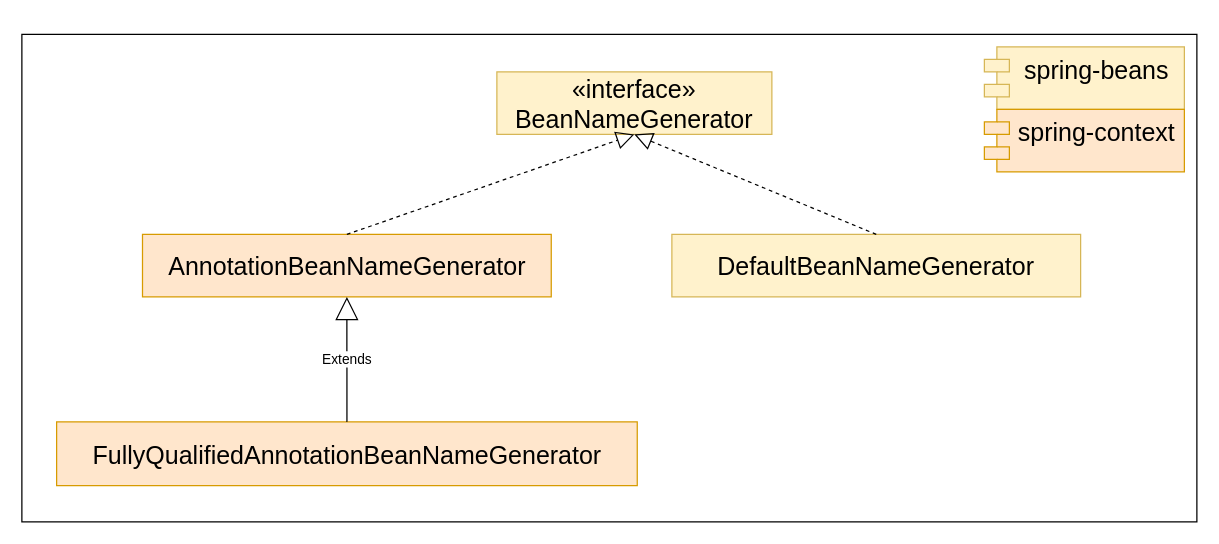
czwer/dubbo-learning keeps this draw.io diagram as dubbo-learning-doc/drawio/源码分析/3_Spring注册Bean定义/主要类图/Bean名称生成_BeanNameGenerator类图.drawio. Above is the earlier version. Source tidied: cells renumbered, new cells numbered last; positions are measured from the earlier drawing's top-left corner, leaving out a move shared by most shapes. Both pictures are drawn from the tidied source at 125%, with x=0, y=0 at pixel (21, 34).
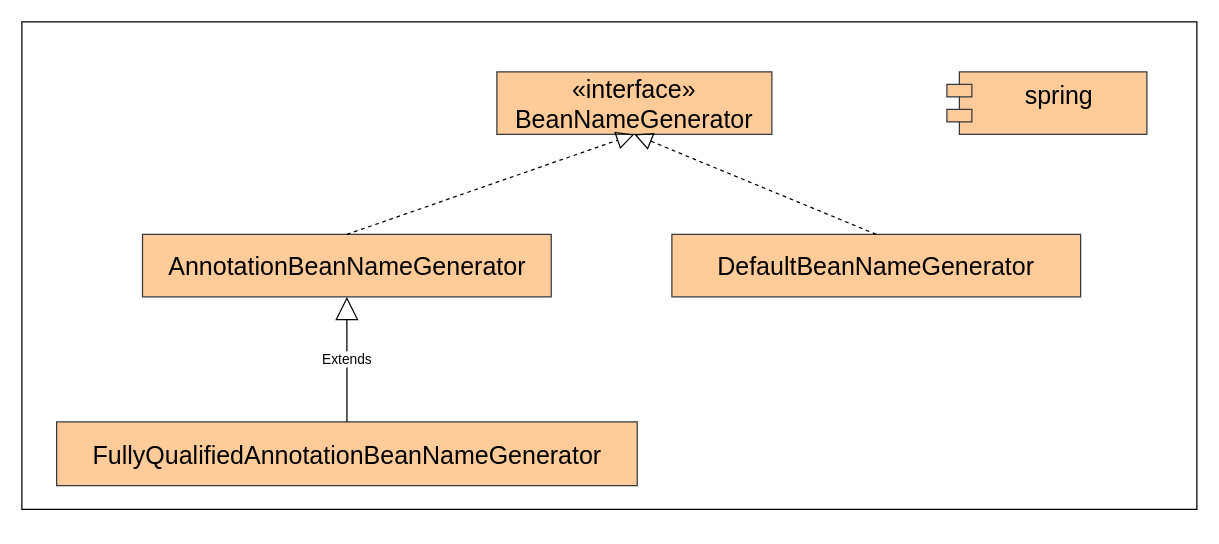
Above is the later version.

Diff of the diagram source:
```diff
@@
 <mxGraphModel>
   <root>
     <mxCell id="0" />
     <mxCell id="1" parent="0" />
     <mxCell id="2" style="rounded=0;whiteSpace=wrap;html=1;" parent="1" vertex="1">
-      <mxGeometry width="940" height="390" as="geometry" />
+      <mxGeometry y="-10" width="940" height="390" as="geometry" />
     </mxCell>
-    <mxCell id="3" value="«interface»&lt;br&gt;BeanNameGenerator" style="html=1;whiteSpace=wrap;fontSize=20;fontStyle=0;fillColor=#fff2cc;strokeColor=#d6b656;" parent="1" vertex="1">
+    <mxCell id="3" value="«interface»&lt;br&gt;BeanNameGenerator" style="html=1;whiteSpace=wrap;fontSize=20;fontStyle=0;fillColor=#ffcc99;strokeColor=#36393d;" parent="1" vertex="1">
       <mxGeometry x="380" y="30" width="220" height="50" as="geometry" />
     </mxCell>
-    <mxCell id="4" value="FullyQualifiedAnnotationBeanNameGenerator" style="html=1;whiteSpace=wrap;fontSize=20;verticalAlign=middle;align=center;fillColor=#ffe6cc;strokeColor=#d79b00;" parent="1" vertex="1">
+    <mxCell id="4" value="FullyQualifiedAnnotationBeanNameGenerator" style="html=1;whiteSpace=wrap;fontSize=20;verticalAlign=middle;align=center;fillColor=#ffcc99;strokeColor=#36393d;" parent="1" vertex="1">
       <mxGeometry x="27.8" y="310" width="464.5" height="51" as="geometry" />
     </mxCell>
-    <mxCell id="5" value="AnnotationBeanNameGenerator" style="html=1;whiteSpace=wrap;fontSize=20;fillColor=#ffe6cc;strokeColor=#d79b00;" parent="1" vertex="1">
+    <mxCell id="5" value="AnnotationBeanNameGenerator" style="html=1;whiteSpace=wrap;fontSize=20;fillColor=#ffcc99;strokeColor=#36393d;" parent="1" vertex="1">
       <mxGeometry x="96.5" y="160" width="327" height="50" as="geometry" />
     </mxCell>
     <mxCell id="6" style="endArrow=block;dashed=1;endFill=0;endSize=12;html=1;rounded=0;exitX=0.5;exitY=0;exitDx=0;exitDy=0;entryX=0.5;entryY=1;entryDx=0;entryDy=0;" parent="1" edge="1" source="5" target="3">
       <mxGeometry relative="1" as="geometry" />
     </mxCell>
     <mxCell id="7" value="Extends" style="endArrow=block;endSize=16;endFill=0;html=1;rounded=0;exitX=0.5;exitY=0;exitDx=0;exitDy=0;entryX=0.5;entryY=1;entryDx=0;entryDy=0;" parent="1" edge="1" source="4" target="5">
       <mxGeometry relative="1" as="geometry" />
     </mxCell>
-    <mxCell id="8" value="spring-beans&lt;div&gt;&lt;br&gt;&lt;/div&gt;" style="shape=module;align=left;spacingLeft=20;align=center;verticalAlign=top;whiteSpace=wrap;html=1;fontSize=20;fillColor=#fff2cc;strokeColor=#d6b656;" parent="1" vertex="1">
-      <mxGeometry x="770" y="10" width="160" height="50" as="geometry" />
-    </mxCell>
-    <mxCell id="9" value="DefaultBeanNameGenerator" style="html=1;whiteSpace=wrap;fontSize=20;fillColor=#fff2cc;strokeColor=#d6b656;" parent="1" vertex="1">
+    <mxCell id="9" value="DefaultBeanNameGenerator" style="html=1;whiteSpace=wrap;fontSize=20;fillColor=#ffcc99;strokeColor=#36393d;" parent="1" vertex="1">
       <mxGeometry x="520" y="160" width="327" height="50" as="geometry" />
     </mxCell>
     <mxCell id="10" style="endArrow=block;dashed=1;endFill=0;endSize=12;html=1;rounded=0;exitX=0.5;exitY=0;exitDx=0;exitDy=0;entryX=0.5;entryY=1;entryDx=0;entryDy=0;" parent="1" edge="1" source="9" target="3">
       <mxGeometry relative="1" as="geometry" />
     </mxCell>
-    <mxCell id="11" value="spring-context" style="shape=module;align=left;spacingLeft=20;align=center;verticalAlign=top;whiteSpace=wrap;html=1;fontSize=20;fillColor=#ffe6cc;strokeColor=#d79b00;" parent="1" vertex="1">
-      <mxGeometry x="770" y="60" width="160" height="50" as="geometry" />
+    <mxCell id="11" value="spring" style="shape=module;align=left;spacingLeft=20;align=center;verticalAlign=top;whiteSpace=wrap;html=1;fontSize=20;fillColor=#ffcc99;strokeColor=#36393d;" parent="1" vertex="1">
+      <mxGeometry x="740" y="30" width="160" height="50" as="geometry" />
     </mxCell>
   </root>
 </mxGraphModel>
```
